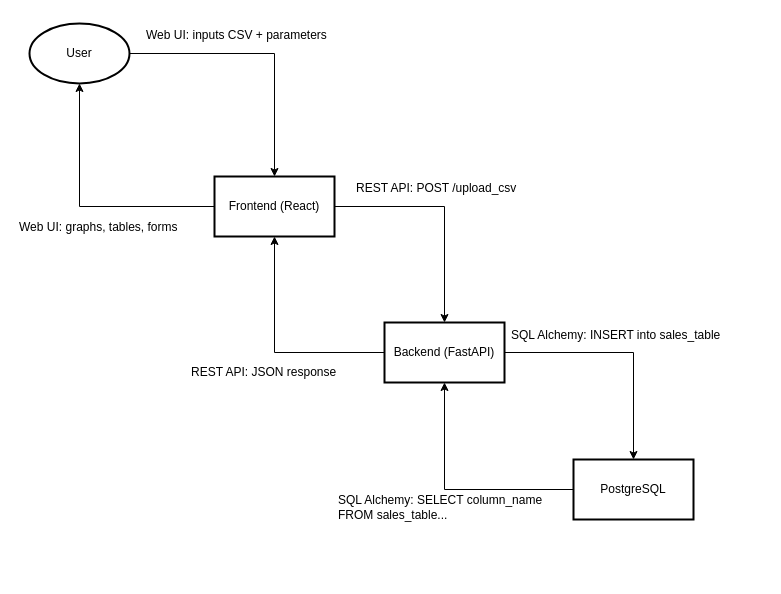
This is page "C1_container view" (2 of 3) of app.diagrams.net/project_diagram.drawio from a-murataly/ProductManagementConsole, a draw.io file, before an edit. Source tidied: cells renumbered, new cells numbered last; positions are measured from the earlier drawing's top-left corner, leaving out a move shared by most shapes. Both pictures are drawn from the tidied source at 100%, with x=0, y=0 at pixel (17, 17).
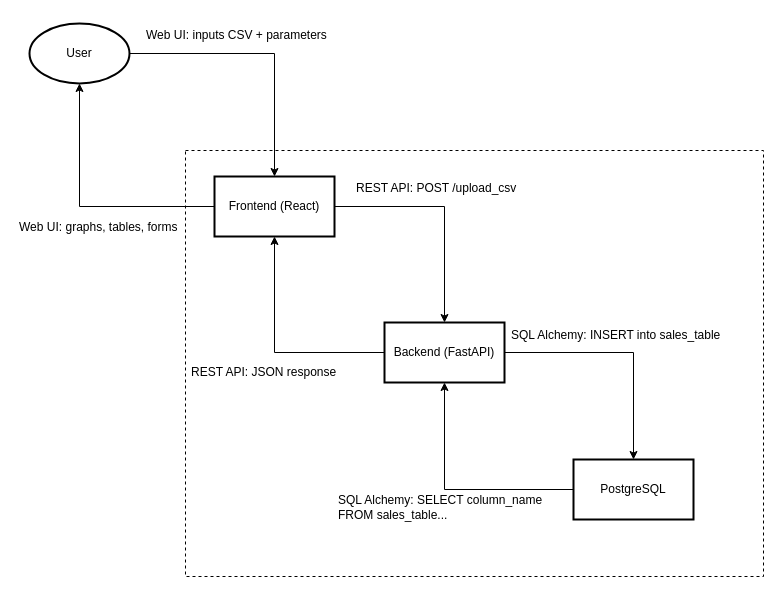
The same diagram, later.

The edit, as a diff of the source:
```diff
@@
 <mxGraphModel>
   <root>
     <mxCell id="0" />
     <mxCell id="1" parent="0" />
+    <mxCell id="18" style="rounded=0;whiteSpace=wrap;html=1;fillColor=none;dashed=1;" parent="1" vertex="1">
+      <mxGeometry x="168" y="133" width="578" height="426" as="geometry" />
+    </mxCell>
     <mxCell id="2" style="edgeStyle=orthogonalEdgeStyle;rounded=0;jettySize=auto;html=1;" parent="1" edge="1" source="3" target="6">
       <mxGeometry relative="1" as="geometry" />
     </mxCell>
     <mxCell id="3" value="User" style="strokeWidth=2;html=1;shape=mxgraph.flowchart.start_1;whiteSpace=wrap;" parent="1" vertex="1">
       <mxGeometry x="12" y="6" width="100" height="60" as="geometry" />
     </mxCell>
     <mxCell id="4" style="edgeStyle=orthogonalEdgeStyle;rounded=0;jettySize=auto;html=1;" parent="1" edge="1" source="6" target="9">
       <mxGeometry relative="1" as="geometry" />
     </mxCell>
     <mxCell id="5" style="edgeStyle=orthogonalEdgeStyle;rounded=0;jettySize=auto;html=1;" parent="1" edge="1" source="6" target="3">
       <mxGeometry relative="1" as="geometry" />
     </mxCell>
     <mxCell id="6" value="Frontend (React)" style="whiteSpace=wrap;html=1;strokeWidth=2;" parent="1" vertex="1">
       <mxGeometry x="197" y="159" width="120" height="60" as="geometry" />
     </mxCell>
     <mxCell id="7" style="edgeStyle=orthogonalEdgeStyle;rounded=0;jettySize=auto;html=1;" parent="1" edge="1" source="9" target="11">
       <mxGeometry relative="1" as="geometry" />
     </mxCell>
     <mxCell id="8" style="edgeStyle=orthogonalEdgeStyle;rounded=0;jettySize=auto;html=1;" parent="1" edge="1" source="9" target="6">
       <mxGeometry relative="1" as="geometry" />
     </mxCell>
     <mxCell id="9" value="Backend (FastAPI)" style="whiteSpace=wrap;html=1;strokeWidth=2;" parent="1" vertex="1">
       <mxGeometry x="367" y="305" width="120" height="60" as="geometry" />
     </mxCell>
     <mxCell id="10" style="edgeStyle=orthogonalEdgeStyle;rounded=0;jettySize=auto;html=1;" parent="1" edge="1" source="11" target="9">
       <mxGeometry relative="1" as="geometry" />
     </mxCell>
     <mxCell id="11" value="PostgreSQL" style="whiteSpace=wrap;html=1;strokeWidth=2;" parent="1" vertex="1">
       <mxGeometry x="556" y="442" width="120" height="60" as="geometry" />
     </mxCell>
     <mxCell id="12" value="REST API: POST /upload_csv" style="text;html=1;align=left;verticalAlign=middle;whiteSpace=wrap;rounded=0;" parent="1" vertex="1">
       <mxGeometry x="337" y="153" width="190" height="35" as="geometry" />
     </mxCell>
     <mxCell id="13" value="SQL Alchemy: INSERT into sales_table" style="text;html=1;align=left;verticalAlign=middle;whiteSpace=wrap;rounded=0;" parent="1" vertex="1">
       <mxGeometry x="492" y="300" width="227" height="35" as="geometry" />
     </mxCell>
     <mxCell id="14" value="Web UI: inputs CSV + parameters" style="text;html=1;align=left;verticalAlign=middle;whiteSpace=wrap;rounded=0;" parent="1" vertex="1">
       <mxGeometry x="127" width="190" height="35" as="geometry" />
     </mxCell>
     <mxCell id="15" value="Web UI: graphs, tables, forms" style="text;html=1;align=left;verticalAlign=middle;whiteSpace=wrap;rounded=0;" parent="1" vertex="1">
       <mxGeometry y="192" width="190" height="35" as="geometry" />
     </mxCell>
     <mxCell id="16" value="REST API: JSON response" style="text;html=1;align=left;verticalAlign=middle;whiteSpace=wrap;rounded=0;" parent="1" vertex="1">
       <mxGeometry x="172" y="337" width="190" height="35" as="geometry" />
     </mxCell>
     <mxCell id="17" value="SQL Alchemy: SELECT column_name FROM sales_table..." style="text;html=1;align=left;verticalAlign=middle;whiteSpace=wrap;rounded=0;" parent="1" vertex="1">
       <mxGeometry x="318.5" y="472" width="227" height="35" as="geometry" />
     </mxCell>
   </root>
 </mxGraphModel>
```
